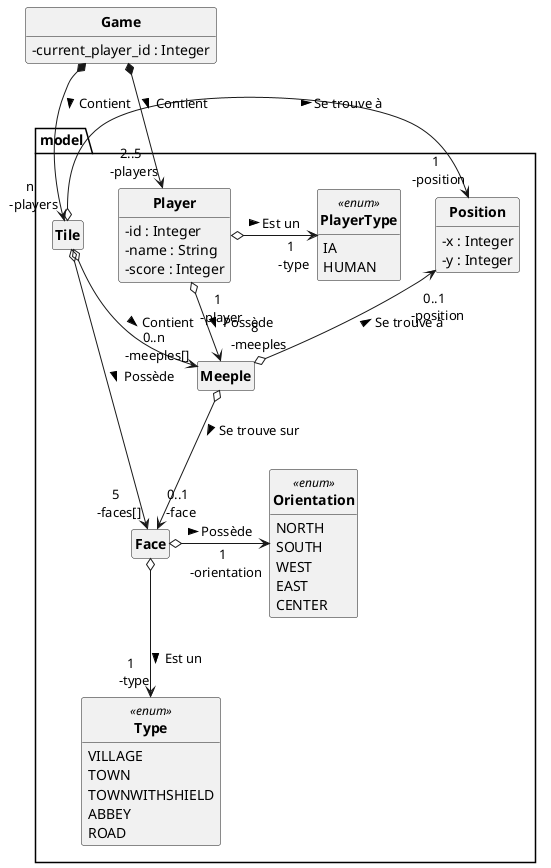
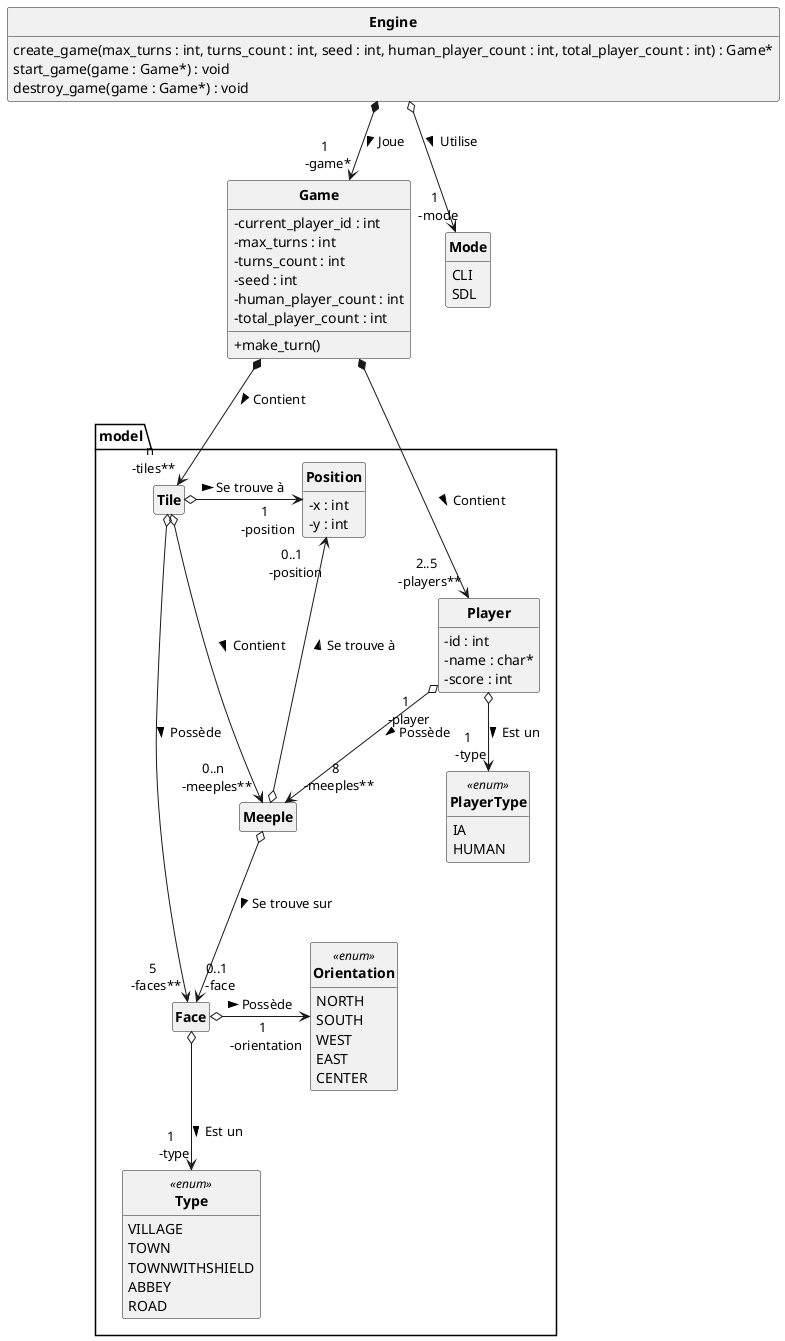
@startuml carcassonne

skinparam style strictuml
skinparam classAttributeIconSize 0
skinparam classFontStyle Bold
hide empty members

class model.Position {
-     - x : Integer
-     - y : Integer
+     - x : int
+     - y : int
}

class model.Tile {

}

class model.Face {

}

class model.Meeple {

}

class model.Player {
-     - id : Integer
-     - name : String
-     - score : Integer
+     - id : int
+     - name : char*
+     - score : int
}

enum model.Type <<enum>>{
    VILLAGE
    TOWN
    TOWNWITHSHIELD
    ABBEY
    ROAD
}

enum model.Orientation <<enum>>{
    NORTH
    SOUTH
    WEST
    EAST
    CENTER
}

enum model.PlayerType <<enum>>{
    IA
    HUMAN
}

class Game {
-     - current_player_id : Integer
+     - current_player_id : int
+     - max_turns : int
+     - turns_count : int
+     - seed : int
+     - human_player_count : int
+     - total_player_count : int
+     + make_turn()
+ }
+ 
+ class Engine {
+     create_game(max_turns : int, turns_count : int, seed : int, human_player_count : int, total_player_count : int) : Game*
+     start_game(game : Game*) : void
+     destroy_game(game : Game*) : void
+ }
+ 
+ enum Mode {
+     CLI
+     SDL
}

model.Tile o-r-> "1 \n -position" model.Position : Se trouve à >
- model.Tile o--> "5 \n -faces[]" model.Face : Possède >
- model.Tile o--> "0..n \n -meeples[]" model.Meeple : Contient >
+ model.Tile o--> "5 \n -faces**" model.Face : Possède >
+ model.Tile o--> "0..n \n -meeples**" model.Meeple : Contient >

model.Face o-r-> "1 \n -orientation" model.Orientation : Possède >
model.Face o-d-> "1 \n -type" model.Type : Est un >

- model.Meeple o-u-> "0..1 \n -position" model.Position : Se trouve à >
+ model.Meeple o-u--> "0..1 \n -position" model.Position : Se trouve à >
model.Meeple o--> "0..1 \n -face" model.Face : Se trouve sur >

- model.Player "1 \n -player" o-d-> "8 \n -meeples" model.Meeple : Possède >
- model.Player  o-r-> "1 \n -type" model.PlayerType : Est un >
+ model.Player "1 \n -player" o-d-> "8 \n -meeples**" model.Meeple : Possède >
+ model.Player  o-d-> "1 \n -type" model.PlayerType : Est un >

- Game *--> "2..5 \n -players" Player : Contient >
- Game *--> "n \n -players" Tile : Contient >
+ Game *--> "2..5 \n -players**" Player : Contient >
+ Game *--> "n \n -tiles**" Tile : Contient >
+ 
+ Engine *--> "1 \n -game*" Game : Joue >
+ Engine o--> "1 \n -mode" Mode : Utilise >

@enduml